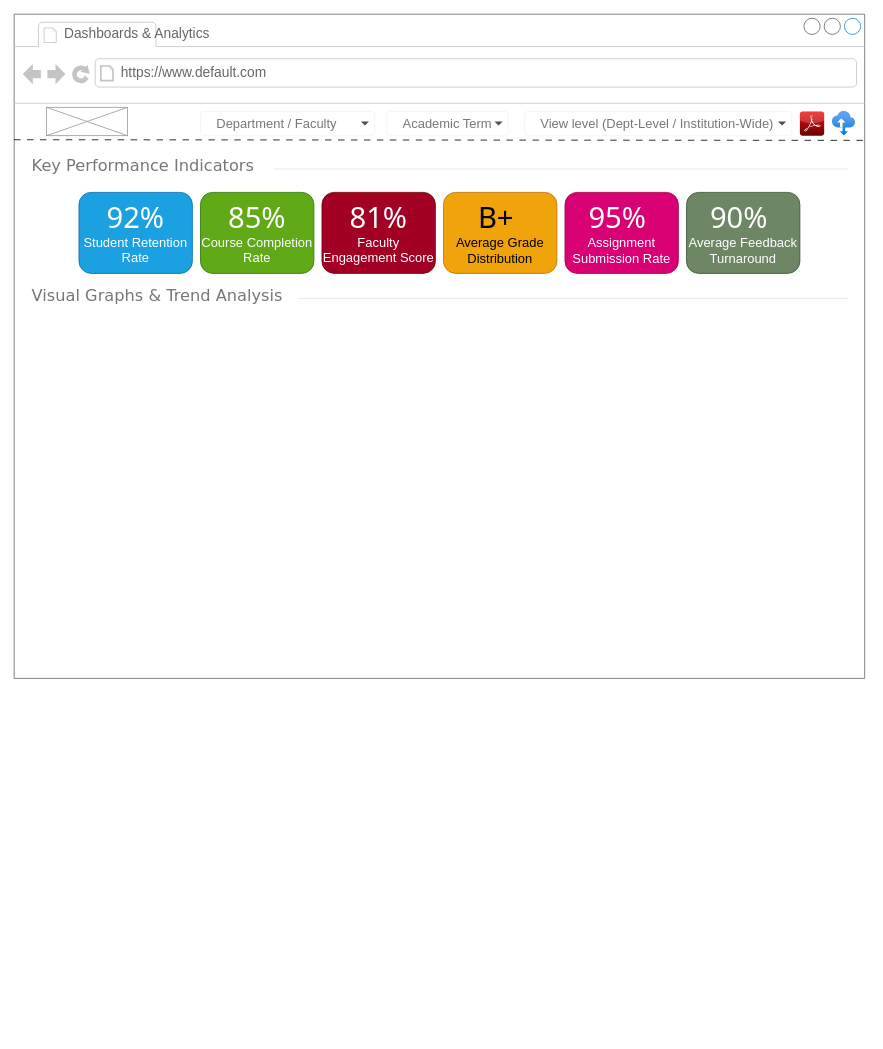
Before: page "Dashboards & Analytics" (2 of 10) of 02 - LMS-SysCollege/04 - UI_Designs/WireFrame.drawio in ZohaibWaqarMalik/Technical-Business-Analyst-Projects, a draw.io diagram. Source tidied: cells renumbered, new cells numbered last; positions are measured from the earlier drawing's top-left corner, leaving out a move shared by most shapes. Both pictures are drawn from the tidied source at 81%, with x=0, y=0 at pixel (14, 14).
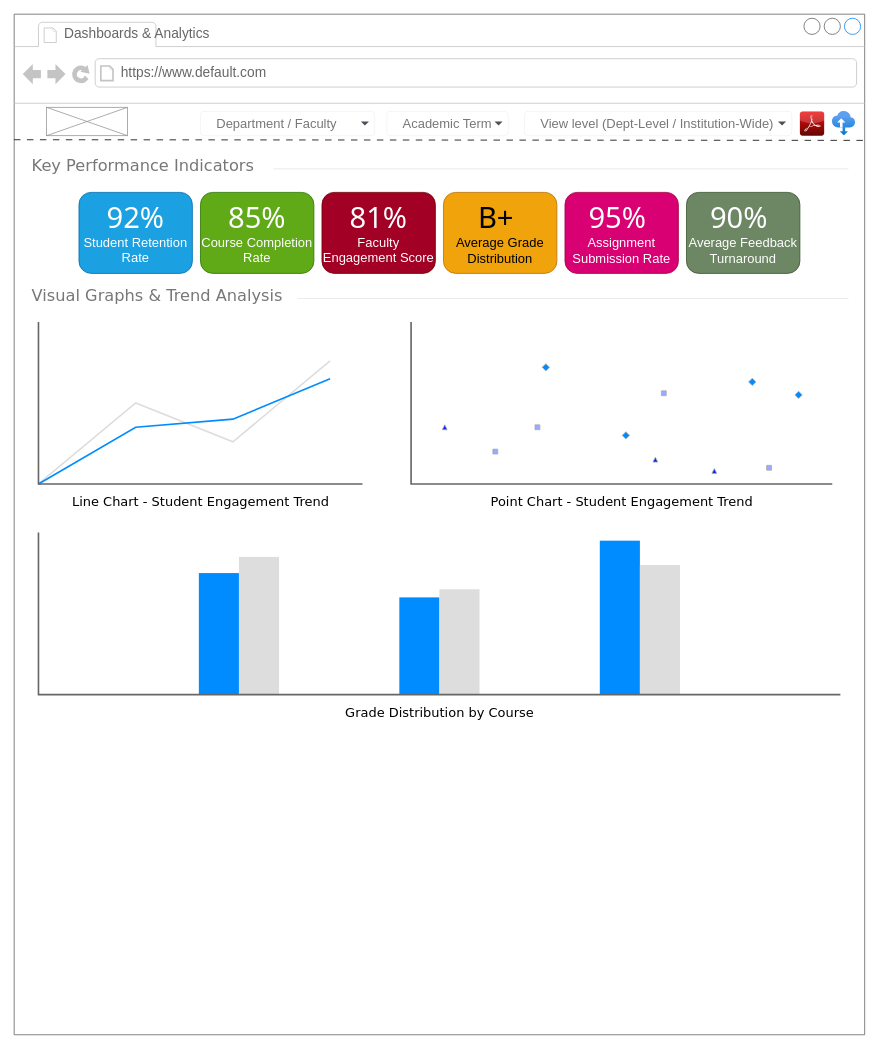
After the change.

Commit message (it also covers changes not shown here):
Update Wireframe Dashboard and Analytics

Diff of the diagram source:
```diff
@@
     <mxCell id="2" style="strokeWidth=1;shadow=0;dashed=0;align=center;html=1;shape=mxgraph.mockup.containers.browserWindow;rSize=0;strokeColor=#666666;mainText=,;rounded=0;labelBackgroundColor=none;fontFamily=Verdana;fontSize=12;" parent="1" vertex="1">
-      <mxGeometry width="1050" height="820" as="geometry" />
+      <mxGeometry width="1050" height="1260" as="geometry" />
     </mxCell>
@@
+    <mxCell id="25" style="verticalLabelPosition=bottom;shadow=0;dashed=0;align=center;html=1;verticalAlign=top;strokeWidth=1;shape=mxgraph.mockup.graphics.lineChart;strokeColor=none;strokeColor2=#666666;strokeColor3=#008cff;strokeColor4=#dddddd;" parent="2" vertex="1">
+      <mxGeometry x="30" y="380" width="400" height="200" as="geometry" />
+    </mxCell>
+    <mxCell id="26" style="verticalLabelPosition=bottom;shadow=0;dashed=0;align=center;html=1;verticalAlign=top;strokeWidth=1;shape=mxgraph.mockup.graphics.plotChart;strokeColor=none;strokeColor2=#aaaaaa;strokeColor3=#666666;fillColor2=#99aaff,#0022ff,#008cff;" parent="2" vertex="1">
+      <mxGeometry x="490" y="380" width="520" height="200" as="geometry" />
+    </mxCell>
+    <mxCell id="27" value="&lt;div style=&quot;font-size: 16px;&quot;&gt;&lt;span style=&quot;background-color: transparent; color: light-dark(rgb(0, 0, 0), rgb(255, 255, 255));&quot;&gt;Line Chart - Student Engagement Trend&lt;/span&gt;&lt;/div&gt;" style="text;html=1;align=center;verticalAlign=top;spacingTop=-4;fontSize=26;fontFamily=Verdana;" parent="2" vertex="1">
+      <mxGeometry x="30" y="590" width="400" height="21" as="geometry" />
+    </mxCell>
+    <mxCell id="28" value="&lt;div style=&quot;font-size: 16px;&quot;&gt;&lt;span style=&quot;background-color: transparent; color: light-dark(rgb(0, 0, 0), rgb(255, 255, 255));&quot;&gt;Point Chart - Student Engagement Trend&lt;/span&gt;&lt;/div&gt;" style="text;html=1;align=center;verticalAlign=top;spacingTop=-4;fontSize=26;fontFamily=Verdana;" parent="2" vertex="1">
+      <mxGeometry x="490" y="590" width="520" height="21" as="geometry" />
+    </mxCell>
+    <mxCell id="29" style="verticalLabelPosition=bottom;shadow=0;dashed=0;align=center;html=1;verticalAlign=top;strokeWidth=1;shape=mxgraph.mockup.graphics.columnChart;strokeColor=none;strokeColor2=none;strokeColor3=#666666;fillColor2=#008cff;fillColor3=#dddddd;" parent="2" vertex="1">
+      <mxGeometry x="30" y="640" width="990" height="200" as="geometry" />
+    </mxCell>
+    <mxCell id="30" value="&lt;div style=&quot;font-size: 16px;&quot;&gt;Grade Distribution by Course&lt;/div&gt;" style="text;html=1;align=center;verticalAlign=top;spacingTop=-4;fontSize=26;fontFamily=Verdana;" parent="2" vertex="1">
+      <mxGeometry x="30" y="850" width="990" height="21" as="geometry" />
+    </mxCell>
```
